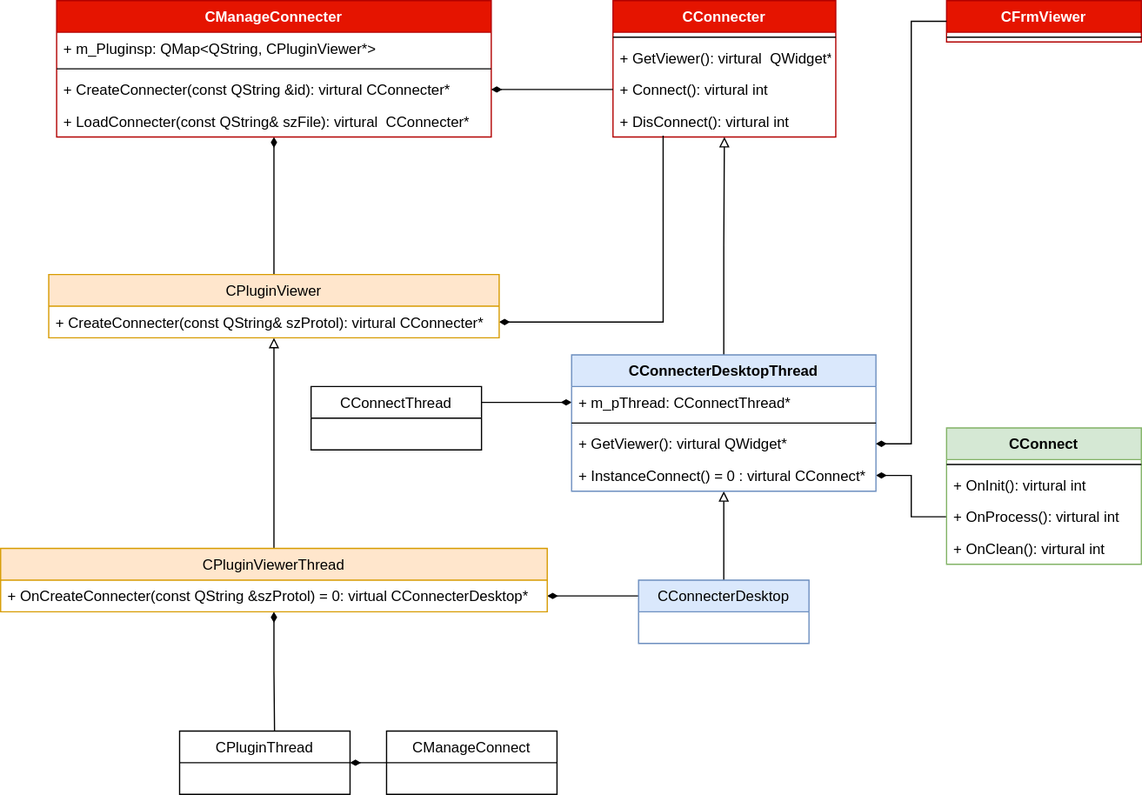
This is docs/Image/PluginViewerAPI.svg from KangLin/RabbitRemoteControl, a draw.io export, as it was before one commit. Source tidied: cells renumbered, new cells last; positions are measured from the earlier drawing's top-left corner, leaving out a move shared by most shapes.
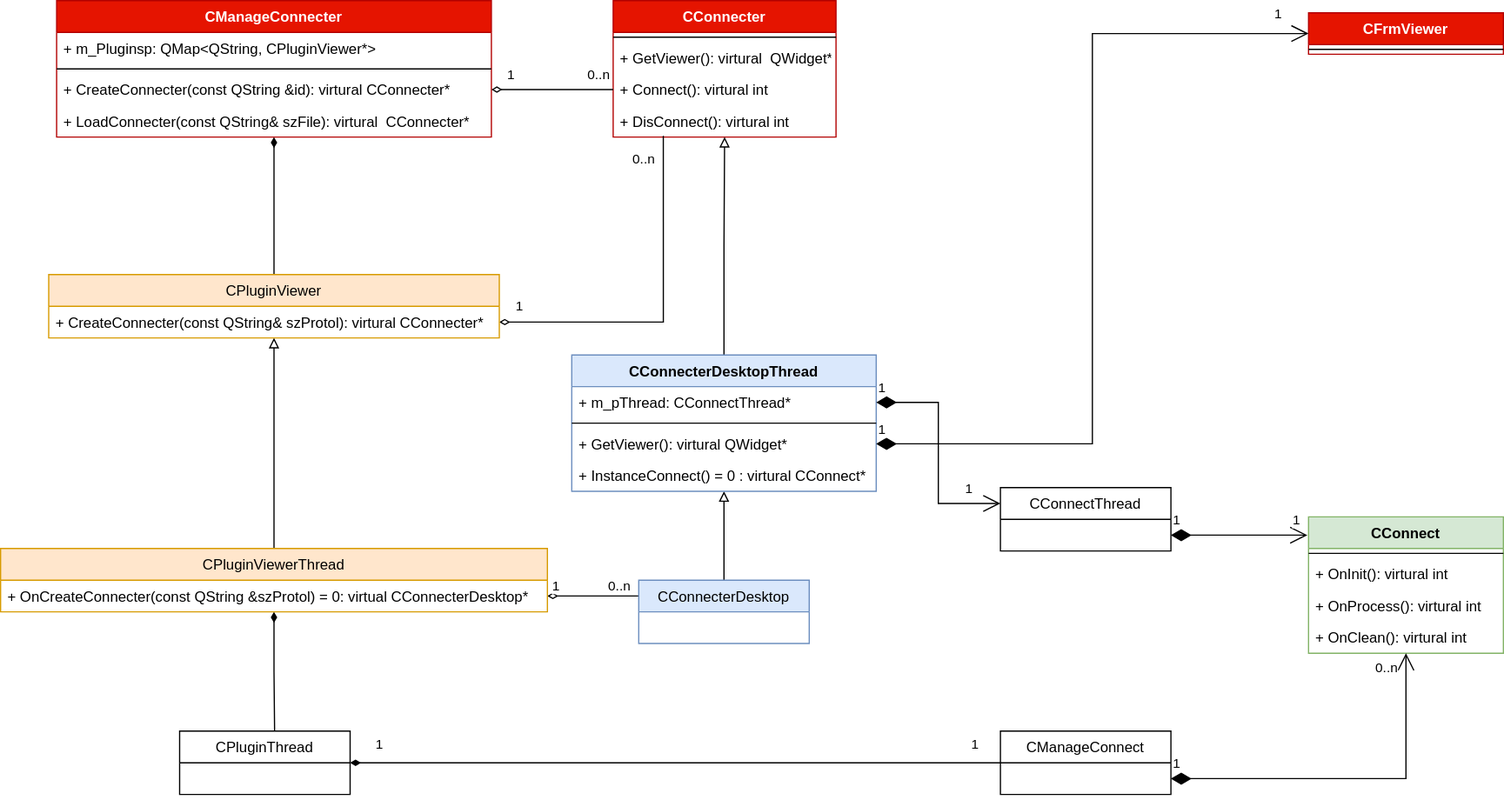
Above is the later version.

The edit, as a diff of the source:
```diff
@@ -38,12 +38,6 @@
     <mxCell id="13" style="edgeStyle=orthogonalEdgeStyle;rounded=0;jettySize=auto;html=1;entryX=0.5;entryY=1;entryDx=0;entryDy=0;endArrow=block;endFill=0;" parent="1" edge="1" source="17" target="8">
       <mxGeometry relative="1" as="geometry" />
     </mxCell>
-    <mxCell id="14" style="edgeStyle=orthogonalEdgeStyle;rounded=0;jettySize=auto;html=1;entryX=0;entryY=0.5;entryDx=0;entryDy=0;endArrow=none;endFill=0;startArrow=diamondThin;startFill=1;exitX=1;exitY=0.5;exitDx=0;exitDy=0;" parent="1" edge="1" source="21" target="27">
-      <mxGeometry relative="1" as="geometry" />
-    </mxCell>
-    <mxCell id="15" style="edgeStyle=orthogonalEdgeStyle;rounded=0;jettySize=auto;html=1;entryX=1;entryY=0.25;entryDx=0;entryDy=0;startArrow=diamondThin;startFill=1;endArrow=none;endFill=0;exitX=0;exitY=0.5;exitDx=0;exitDy=0;" parent="1" edge="1" source="18" target="34">
-      <mxGeometry relative="1" as="geometry" />
-    </mxCell>
     <mxCell id="16" style="edgeStyle=orthogonalEdgeStyle;rounded=0;jettySize=auto;html=1;entryX=0.5;entryY=0;entryDx=0;entryDy=0;startArrow=block;startFill=0;endArrow=none;endFill=0;" parent="1" edge="1" source="17" target="39">
       <mxGeometry relative="1" as="geometry" />
     </mxCell>
@@ -63,13 +57,13 @@
       <mxGeometry y="86" width="250" height="26" as="geometry" />
     </mxCell>
     <mxCell id="22" value="CFrmViewer" style="swimlane;fontStyle=1;align=center;verticalAlign=top;horizontal=1;startSize=26;fillColor=#e51400;fontColor=#ffffff;strokeColor=#B20000;" parent="1" vertex="1">
-      <mxGeometry x="777" width="160" height="34" as="geometry" />
+      <mxGeometry x="1074" y="10" width="160" height="34" as="geometry" />
     </mxCell>
     <mxCell id="23" style="line;strokeWidth=1;fillColor=none;align=left;verticalAlign=middle;spacingTop=-1;spacingLeft=3;spacingRight=3;labelPosition=right;" parent="22" vertex="1">
       <mxGeometry y="26" width="160" height="8" as="geometry" />
     </mxCell>
     <mxCell id="24" value="CConnect" style="swimlane;fontStyle=1;align=center;verticalAlign=top;horizontal=1;startSize=26;fillColor=#d5e8d4;strokeColor=#82b366;" parent="1" vertex="1">
-      <mxGeometry x="777" y="351" width="160" height="112" as="geometry" />
+      <mxGeometry x="1074" y="424" width="160" height="112" as="geometry" />
     </mxCell>
     <mxCell id="25" style="line;strokeWidth=1;fillColor=none;align=left;verticalAlign=middle;spacingTop=-1;spacingLeft=3;spacingRight=3;labelPosition=right;" parent="24" vertex="1">
       <mxGeometry y="26" width="160" height="8" as="geometry" />
@@ -83,12 +77,19 @@
     <mxCell id="28" value="+ OnClean(): virtural int" style="text;strokeColor=none;fillColor=none;align=left;verticalAlign=top;spacingLeft=4;spacingRight=4;overflow=hidden;" parent="24" vertex="1">
       <mxGeometry y="86" width="160" height="26" as="geometry" />
     </mxCell>
-    <mxCell id="29" style="edgeStyle=orthogonalEdgeStyle;rounded=0;jettySize=auto;html=1;startArrow=diamondThin;startFill=1;endArrow=none;endFill=0;entryX=0;entryY=0.5;entryDx=0;entryDy=0;exitX=1;exitY=0.5;exitDx=0;exitDy=0;" parent="1" edge="1" source="20" target="22">
-      <mxGeometry relative="1" as="geometry" />
-    </mxCell>
-    <mxCell id="30" style="edgeStyle=orthogonalEdgeStyle;rounded=0;jettySize=auto;html=1;startArrow=diamondThin;startFill=1;endArrow=none;endFill=0;entryX=0.225;entryY=0.962;entryDx=0;entryDy=0;entryPerimeter=0;exitX=1;exitY=0.5;exitDx=0;exitDy=0;" parent="1" edge="1" source="33" target="12">
+    <mxCell id="30" style="edgeStyle=orthogonalEdgeStyle;rounded=0;jettySize=auto;html=1;startArrow=diamondThin;startFill=0;endArrow=none;endFill=0;entryX=0.225;entryY=0.962;entryDx=0;entryDy=0;entryPerimeter=0;exitX=1;exitY=0.5;exitDx=0;exitDy=0;" parent="1" edge="1" source="33" target="12">
       <mxGeometry relative="1" as="geometry" />
     </mxCell>
+    <mxCell id="44" value="&lt;div&gt;1&lt;/div&gt;" style="edgeLabel;html=1;align=center;verticalAlign=middle;" parent="30" vertex="1">
+      <mxGeometry x="-0.89" y="1" relative="1" as="geometry">
+        <mxPoint y="-13" as="offset" />
+      </mxGeometry>
+    </mxCell>
+    <mxCell id="45" value="0..n" style="edgeLabel;html=1;align=center;verticalAlign=middle;" parent="30" vertex="1">
+      <mxGeometry x="0.87" y="1" relative="1" as="geometry">
+        <mxPoint x="-16" as="offset" />
+      </mxGeometry>
+    </mxCell>
     <mxCell id="31" style="edgeStyle=orthogonalEdgeStyle;rounded=0;jettySize=auto;html=1;entryX=0.5;entryY=0;entryDx=0;entryDy=0;endArrow=none;endFill=0;startArrow=block;startFill=0;" parent="1" edge="1" source="32" target="37">
       <mxGeometry relative="1" as="geometry" />
     </mxCell>
@@ -99,14 +100,24 @@
       <mxGeometry y="26" width="370" height="26" as="geometry" />
     </mxCell>
     <mxCell id="34" value="CConnectThread" style="swimlane;fontStyle=0;horizontal=1;startSize=26;fillColor=none;" parent="1" vertex="1">
-      <mxGeometry x="255" y="317" width="140" height="52" as="geometry" />
+      <mxGeometry x="821" y="400" width="140" height="52" as="geometry" />
     </mxCell>
     <mxCell id="35" style="edgeStyle=orthogonalEdgeStyle;rounded=0;jettySize=auto;html=1;entryX=0.557;entryY=0;entryDx=0;entryDy=0;entryPerimeter=0;startArrow=diamondThin;startFill=1;endArrow=none;endFill=0;" parent="1" edge="1" source="37" target="41">
       <mxGeometry relative="1" as="geometry" />
     </mxCell>
-    <mxCell id="36" style="edgeStyle=orthogonalEdgeStyle;rounded=0;jettySize=auto;html=1;entryX=0;entryY=0.25;entryDx=0;entryDy=0;startArrow=diamondThin;startFill=1;endArrow=none;endFill=0;exitX=1;exitY=0.5;exitDx=0;exitDy=0;" parent="1" edge="1" source="38" target="39">
+    <mxCell id="36" style="edgeStyle=orthogonalEdgeStyle;rounded=0;jettySize=auto;html=1;entryX=0;entryY=0.25;entryDx=0;entryDy=0;startArrow=diamondThin;startFill=0;endArrow=none;endFill=0;exitX=1;exitY=0.5;exitDx=0;exitDy=0;" parent="1" edge="1" source="38" target="39">
       <mxGeometry relative="1" as="geometry" />
     </mxCell>
+    <mxCell id="46" value="1" style="edgeLabel;html=1;align=center;verticalAlign=middle;" parent="36" vertex="1">
+      <mxGeometry x="-0.68" y="1" relative="1" as="geometry">
+        <mxPoint x="-6" y="-8" as="offset" />
+      </mxGeometry>
+    </mxCell>
+    <mxCell id="47" value="0..n" style="edgeLabel;html=1;align=center;verticalAlign=middle;" parent="36" vertex="1">
+      <mxGeometry x="0.8" relative="1" as="geometry">
+        <mxPoint x="-10" y="-9" as="offset" />
+      </mxGeometry>
+    </mxCell>
     <mxCell id="37" value="CPluginViewerThread" style="swimlane;fontStyle=0;horizontal=1;startSize=26;fillColor=#ffe6cc;strokeColor=#d79b00;" parent="1" vertex="1">
       <mxGeometry y="450" width="449" height="52" as="geometry" />
     </mxCell>
@@ -119,14 +130,66 @@
     <mxCell id="40" style="edgeStyle=orthogonalEdgeStyle;rounded=0;jettySize=auto;html=1;entryX=0;entryY=0.5;entryDx=0;entryDy=0;startArrow=diamondThin;startFill=1;endArrow=none;endFill=0;" parent="1" edge="1" source="41" target="42">
       <mxGeometry relative="1" as="geometry" />
     </mxCell>
+    <mxCell id="48" value="1" style="edgeLabel;html=1;align=center;verticalAlign=middle;" parent="40" vertex="1">
+      <mxGeometry x="-0.91" relative="1" as="geometry">
+        <mxPoint y="-16" as="offset" />
+      </mxGeometry>
+    </mxCell>
+    <mxCell id="49" value="1" style="edgeLabel;html=1;align=center;verticalAlign=middle;" parent="40" vertex="1">
+      <mxGeometry x="0.92" y="3" relative="1" as="geometry">
+        <mxPoint y="-13" as="offset" />
+      </mxGeometry>
+    </mxCell>
     <mxCell id="41" value="CPluginThread" style="swimlane;fontStyle=0;horizontal=1;startSize=26;fillColor=none;" parent="1" vertex="1">
       <mxGeometry x="147" y="600" width="140" height="52" as="geometry" />
     </mxCell>
     <mxCell id="42" value="CManageConnect" style="swimlane;fontStyle=0;horizontal=1;startSize=26;fillColor=none;" parent="1" vertex="1">
-      <mxGeometry x="317" y="600" width="140" height="52" as="geometry" />
+      <mxGeometry x="821" y="600" width="140" height="52" as="geometry" />
     </mxCell>
-    <mxCell id="43" style="edgeStyle=orthogonalEdgeStyle;rounded=0;jettySize=auto;html=1;entryX=0;entryY=0.5;entryDx=0;entryDy=0;endArrow=none;endFill=0;startArrow=diamondThin;startFill=1;" parent="1" edge="1" source="6" target="11">
+    <mxCell id="43" style="edgeStyle=orthogonalEdgeStyle;rounded=0;jettySize=auto;html=1;entryX=0;entryY=0.5;entryDx=0;entryDy=0;endArrow=none;endFill=0;startArrow=diamondThin;startFill=0;" parent="1" edge="1" source="6" target="11">
       <mxGeometry relative="1" as="geometry" />
     </mxCell>
+    <mxCell id="50" value="1" style="edgeLabel;html=1;align=center;verticalAlign=middle;" parent="43" vertex="1">
+      <mxGeometry x="-0.7" relative="1" as="geometry">
+        <mxPoint y="-13" as="offset" />
+      </mxGeometry>
+    </mxCell>
+    <mxCell id="51" value="0..n" style="edgeLabel;html=1;align=center;verticalAlign=middle;" parent="43" vertex="1">
+      <mxGeometry x="0.74" relative="1" as="geometry">
+        <mxPoint y="-13" as="offset" />
+      </mxGeometry>
+    </mxCell>
+    <mxCell id="15" value="1" style="endArrow=open;html=1;endSize=12;startArrow=diamondThin;startSize=14;startFill=1;edgeStyle=orthogonalEdgeStyle;align=left;verticalAlign=bottom;rounded=0;exitX=1;exitY=0.5;exitDx=0;exitDy=0;entryX=0;entryY=0.25;entryDx=0;entryDy=0;" parent="1" edge="1" source="18" target="34">
+      <mxGeometry x="-1" y="3" relative="1" as="geometry" />
+    </mxCell>
+    <mxCell id="52" value="1" style="edgeLabel;html=1;align=center;verticalAlign=middle;" parent="15" vertex="1">
+      <mxGeometry x="0.71" y="-1" relative="1" as="geometry">
+        <mxPoint y="-14" as="offset" />
+      </mxGeometry>
+    </mxCell>
+    <mxCell id="53" value="1" style="endArrow=open;html=1;endSize=12;startArrow=diamondThin;startSize=14;startFill=1;edgeStyle=orthogonalEdgeStyle;align=left;verticalAlign=bottom;rounded=0;exitX=1;exitY=0.75;exitDx=0;exitDy=0;" parent="1" edge="1" source="42" target="24">
+      <mxGeometry x="-1" y="3" relative="1" as="geometry" />
+    </mxCell>
+    <mxCell id="54" value="&lt;div&gt;0..n&lt;/div&gt;" style="edgeLabel;html=1;align=center;verticalAlign=middle;" parent="53" vertex="1">
+      <mxGeometry x="0.93" y="1" relative="1" as="geometry">
+        <mxPoint x="-16" as="offset" />
+      </mxGeometry>
+    </mxCell>
+    <mxCell id="55" value="1" style="endArrow=open;html=1;endSize=12;startArrow=diamondThin;startSize=14;startFill=1;edgeStyle=orthogonalEdgeStyle;align=left;verticalAlign=bottom;rounded=0;exitX=1;exitY=0.75;exitDx=0;exitDy=0;entryX=-0.006;entryY=0.134;entryDx=0;entryDy=0;entryPerimeter=0;" parent="1" edge="1" source="34" target="24">
+      <mxGeometry x="-1" y="3" relative="1" as="geometry" />
+    </mxCell>
+    <mxCell id="56" value="1" style="edgeLabel;html=1;align=center;verticalAlign=middle;" parent="55" vertex="1">
+      <mxGeometry x="0.83" y="-2" relative="1" as="geometry">
+        <mxPoint y="-15" as="offset" />
+      </mxGeometry>
+    </mxCell>
+    <mxCell id="29" value="1" style="endArrow=open;html=1;endSize=12;startArrow=diamondThin;startSize=14;startFill=1;edgeStyle=orthogonalEdgeStyle;align=left;verticalAlign=bottom;rounded=0;exitX=1;exitY=0.5;exitDx=0;exitDy=0;entryX=0;entryY=0.5;entryDx=0;entryDy=0;" parent="1" edge="1" source="20" target="22">
+      <mxGeometry x="-1" y="3" relative="1" as="geometry" />
+    </mxCell>
+    <mxCell id="57" value="1" style="edgeLabel;html=1;align=center;verticalAlign=middle;" parent="29" vertex="1">
+      <mxGeometry x="0.92" relative="1" as="geometry">
+        <mxPoint y="-17" as="offset" />
+      </mxGeometry>
+    </mxCell>
   </root>
 </mxGraphModel>
```
